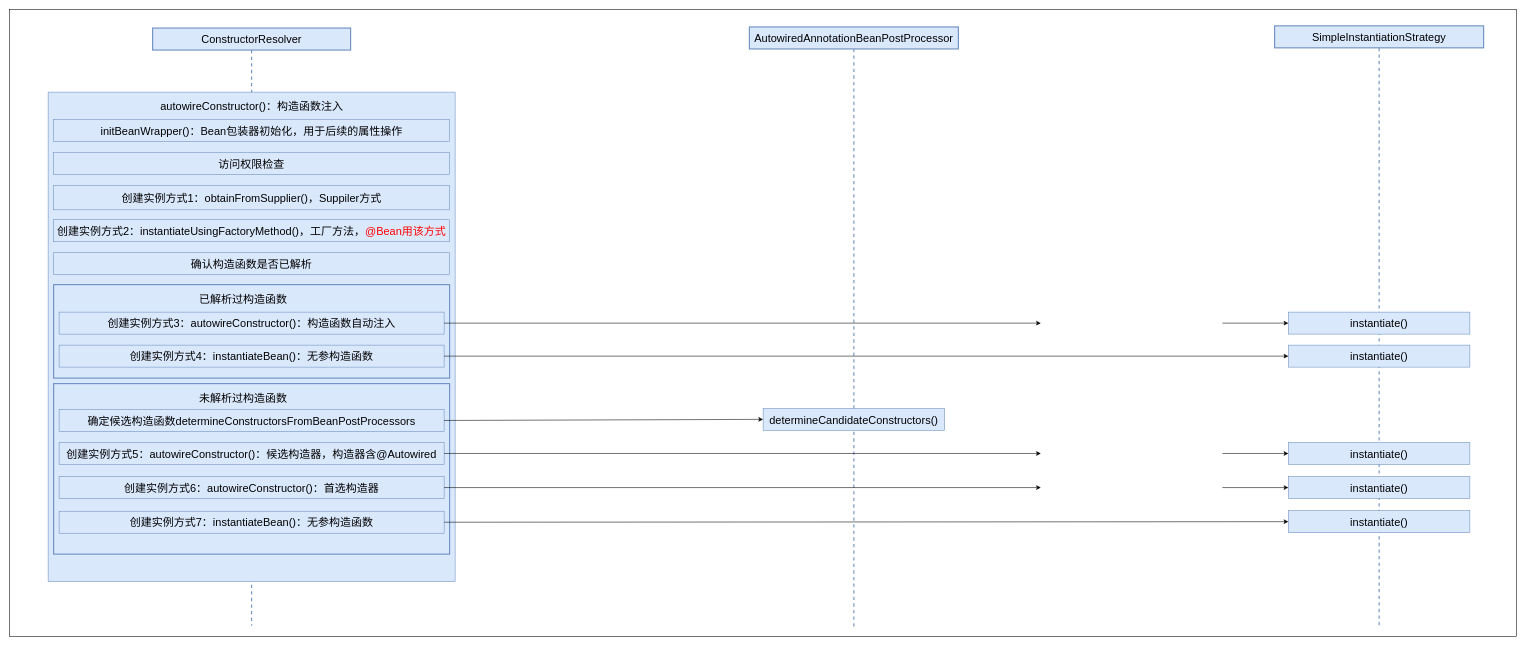
This is dubbo-learning-doc/drawio/5_1_1_Spring获取Bean_构造函数注入_ConstructorResolver_autowireConstructor.drawio from czwer/dubbo-learning, a draw.io file, before an edit. Source tidied: cells renumbered, new cells numbered last; positions are measured from the earlier drawing's top-left corner, leaving out a move shared by most shapes. Both pictures are drawn from the tidied source at 55%, with x=0, y=0 at pixel (9, 9).
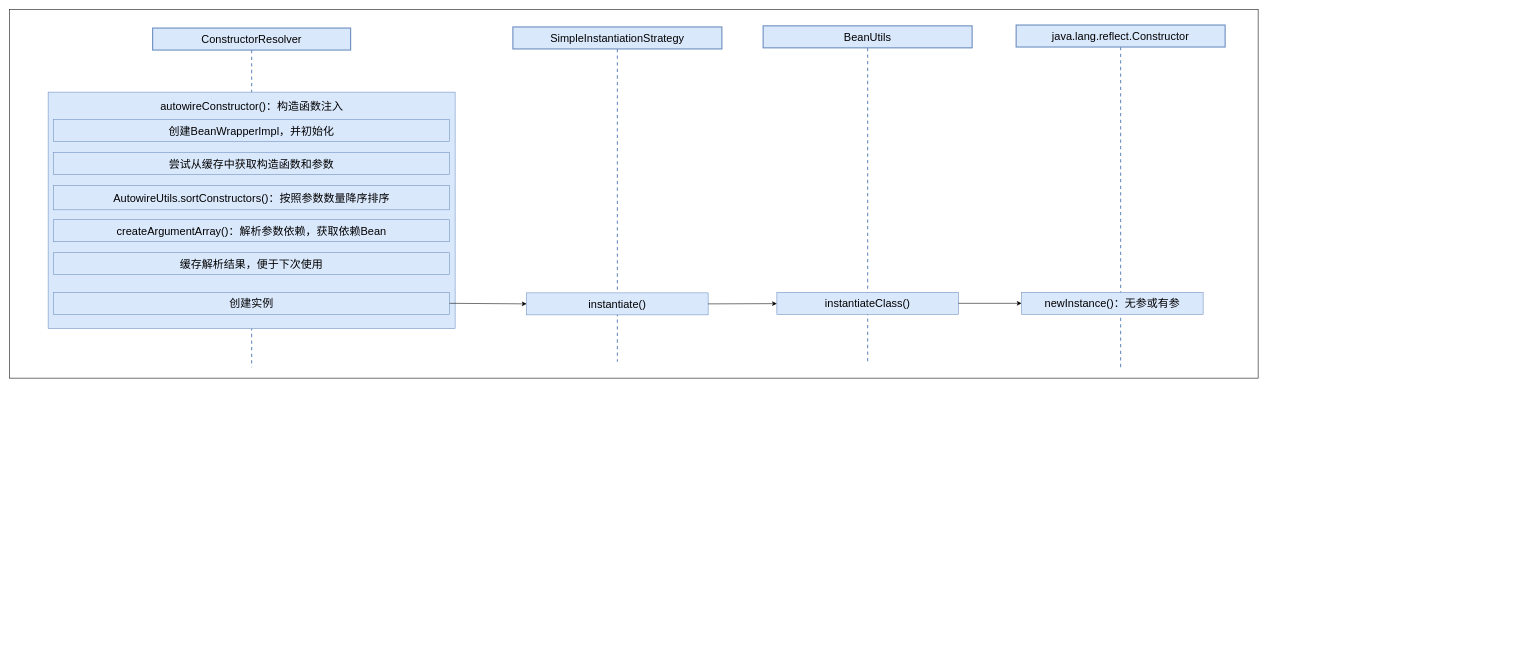
The same page after the edit.

Change to the diagram source:
```diff
@@
     <mxCell id="2" style="rounded=0;whiteSpace=wrap;html=1;" parent="1" vertex="1">
-      <mxGeometry width="2740" height="1140" as="geometry" />
+      <mxGeometry width="2270" height="670" as="geometry" />
     </mxCell>
     <mxCell id="3" value="ConstructorResolver" style="shape=umlLifeline;perimeter=lifelinePerimeter;whiteSpace=wrap;html=1;newEdgeStyle={&quot;curved&quot;:0,&quot;rounded&quot;:0};fontSize=20;fillColor=#dae8fc;strokeColor=#6c8ebf;strokeWidth=2;" parent="1" vertex="1">
-      <mxGeometry x="260" y="33.5" width="360" height="1086.5" as="geometry" />
+      <mxGeometry x="260" y="33.5" width="360" height="616.5" as="geometry" />
     </mxCell>
     <mxCell id="4" style="html=1;whiteSpace=wrap;fontSize=20;fillColor=#dae8fc;strokeColor=#6c8ebf;" parent="1" vertex="1">
-      <mxGeometry x="70" y="150" width="740" height="890" as="geometry" />
+      <mxGeometry x="70" y="150" width="740" height="430" as="geometry" />
     </mxCell>
@@
-    <mxCell id="6" value="&lt;span style=&quot;text-align: left;&quot;&gt;创建实例&lt;/span&gt;&lt;span style=&quot;text-align: left;&quot;&gt;方式1：obtainFromSupplier()，Suppiler方式&lt;/span&gt;" style="html=1;whiteSpace=wrap;fontSize=20;fillColor=#dae8fc;strokeColor=#6c8ebf;" parent="1" vertex="1">
+    <mxCell id="6" value="AutowireUtils.sortConstructors()：按照参数数量降序排序" style="html=1;whiteSpace=wrap;fontSize=20;fillColor=#dae8fc;strokeColor=#6c8ebf;" parent="1" vertex="1">
       <mxGeometry x="80" y="320" width="720" height="44" as="geometry" />
     </mxCell>
-    <mxCell id="7" style="html=1;whiteSpace=wrap;fontSize=20;fillColor=#dae8fc;strokeColor=#6c8ebf;strokeWidth=2;" parent="1" vertex="1">
-      <mxGeometry x="80" y="680" width="720" height="310" as="geometry" />
-    </mxCell>
-    <mxCell id="8" value="&lt;span&gt;未解析过构造函数&lt;/span&gt;" style="text;html=1;align=center;verticalAlign=middle;whiteSpace=wrap;rounded=0;fontColor=#000000;fontStyle=0;fontSize=20;" parent="1" vertex="1">
-      <mxGeometry x="270" y="690" width="310" height="30" as="geometry" />
-    </mxCell>
-    <mxCell id="9" value="initBeanWrapper()：Bean包装器初始化，用于后续的属性操作" style="html=1;whiteSpace=wrap;fontSize=20;fillColor=#dae8fc;strokeColor=#6c8ebf;strokeWidth=1;" parent="1" vertex="1">
+    <mxCell id="9" value="创建BeanWrapperImpl，并初始化" style="html=1;whiteSpace=wrap;fontSize=20;fillColor=#dae8fc;strokeColor=#6c8ebf;strokeWidth=1;" parent="1" vertex="1">
       <mxGeometry x="80" y="200" width="720" height="40" as="geometry" />
     </mxCell>
-    <mxCell id="10" value="AutowiredAnnotationBeanPostProcessor" style="shape=umlLifeline;perimeter=lifelinePerimeter;whiteSpace=wrap;html=1;newEdgeStyle={&quot;curved&quot;:0,&quot;rounded&quot;:0};fontSize=20;fillColor=#dae8fc;strokeColor=#6c8ebf;strokeWidth=2;" parent="1" vertex="1">
-      <mxGeometry x="1345" y="31.5" width="380" height="1090.5" as="geometry" />
-    </mxCell>
-    <mxCell id="11" value="访问权限检查" style="html=1;whiteSpace=wrap;fontSize=20;fillColor=#dae8fc;strokeColor=#6c8ebf;strokeWidth=1;" parent="1" vertex="1">
+    <mxCell id="11" value="尝试从缓存中获取构造函数和参数" style="html=1;whiteSpace=wrap;fontSize=20;fillColor=#dae8fc;strokeColor=#6c8ebf;strokeWidth=1;" parent="1" vertex="1">
       <mxGeometry x="80" y="260" width="720" height="40" as="geometry" />
     </mxCell>
-    <mxCell id="12" value="&lt;span style=&quot;text-align: left;&quot;&gt;创建实例&lt;/span&gt;&lt;span style=&quot;text-align: left;&quot;&gt;方式2：instantiateUsingFactoryMethod()，工厂方法，&lt;font style=&quot;color: rgb(255, 0, 0);&quot;&gt;@Bean用该方式&lt;/font&gt;&lt;/span&gt;" style="html=1;whiteSpace=wrap;fontSize=20;fillColor=#dae8fc;strokeColor=#6c8ebf;" parent="1" vertex="1">
+    <mxCell id="12" value="createArgumentArray()：解析参数依赖，获取依赖Bean" style="html=1;whiteSpace=wrap;fontSize=20;fillColor=#dae8fc;strokeColor=#6c8ebf;" parent="1" vertex="1">
       <mxGeometry x="80" y="382" width="720" height="40" as="geometry" />
     </mxCell>
-    <mxCell id="13" style="html=1;whiteSpace=wrap;fontSize=20;fillColor=#dae8fc;strokeColor=#6c8ebf;strokeWidth=2;" parent="1" vertex="1">
-      <mxGeometry x="80" y="500" width="720" height="170" as="geometry" />
-    </mxCell>
-    <mxCell id="14" value="确认构造函数是否已解析" style="html=1;whiteSpace=wrap;fontSize=20;fillColor=#dae8fc;strokeColor=#6c8ebf;strokeWidth=1;" parent="1" vertex="1">
+    <mxCell id="14" value="缓存解析结果，便于下次使用" style="html=1;whiteSpace=wrap;fontSize=20;fillColor=#dae8fc;strokeColor=#6c8ebf;strokeWidth=1;" parent="1" vertex="1">
       <mxGeometry x="80" y="442" width="720" height="40" as="geometry" />
     </mxCell>
-    <mxCell id="15" value="&lt;span&gt;已解析过构造函数&lt;/span&gt;" style="text;html=1;align=center;verticalAlign=middle;whiteSpace=wrap;rounded=0;fontColor=#000000;fontStyle=0;fontSize=20;" parent="1" vertex="1">
-      <mxGeometry x="270" y="510" width="310" height="30" as="geometry" />
-    </mxCell>
-    <mxCell id="16" value="&lt;span style=&quot;text-align: left;&quot;&gt;创建实例&lt;/span&gt;&lt;span style=&quot;text-align: left;&quot;&gt;方式3：autowireConstructor()：构造函数自动注入&lt;/span&gt;" style="html=1;whiteSpace=wrap;fontSize=20;fillColor=#dae8fc;strokeColor=#6c8ebf;" parent="1" vertex="1">
-      <mxGeometry x="90" y="550" width="700" height="40" as="geometry" />
-    </mxCell>
-    <mxCell id="17" value="&lt;span style=&quot;text-align: left;&quot;&gt;创建实例&lt;/span&gt;&lt;span style=&quot;text-align: left;&quot;&gt;方式4：instantiateBean()：无参构造函数&lt;/span&gt;" style="html=1;whiteSpace=wrap;fontSize=20;fillColor=#dae8fc;strokeColor=#6c8ebf;" parent="1" vertex="1">
-      <mxGeometry x="90" y="610" width="700" height="40" as="geometry" />
+    <mxCell id="17" value="创建实例" style="html=1;whiteSpace=wrap;fontSize=20;fillColor=#dae8fc;strokeColor=#6c8ebf;" parent="1" vertex="1">
+      <mxGeometry x="80" y="514" width="720" height="40" as="geometry" />
     </mxCell>
-    <mxCell id="18" value="&lt;div style=&quot;text-align: left;&quot;&gt;&lt;span style=&quot;background-color: transparent;&quot;&gt;确定候选构造函数determineConstructorsFromBeanPostProcessors&lt;/span&gt;&lt;/div&gt;" style="html=1;whiteSpace=wrap;fontSize=20;fillColor=#dae8fc;strokeColor=#6c8ebf;" parent="1" vertex="1">
-      <mxGeometry x="90" y="727" width="700" height="40" as="geometry" />
-    </mxCell>
-    <mxCell id="19" value="&lt;span style=&quot;text-align: left;&quot;&gt;创建实例&lt;/span&gt;&lt;span style=&quot;text-align: left;&quot;&gt;方式5：autowireConstructor()：&lt;/span&gt;&lt;span style=&quot;text-align: left;&quot;&gt;候选构造器，构造器含@Autowired&lt;/span&gt;" style="html=1;whiteSpace=wrap;fontSize=20;fillColor=#dae8fc;strokeColor=#6c8ebf;" parent="1" vertex="1">
-      <mxGeometry x="90" y="787" width="700" height="40" as="geometry" />
-    </mxCell>
-    <mxCell id="20" style="endArrow=classic;html=1;rounded=0;exitX=1;exitY=0.5;exitDx=0;exitDy=0;entryX=0;entryY=0.5;entryDx=0;entryDy=0;" parent="1" edge="1" source="18" target="31">
-      <mxGeometry relative="1" as="geometry" />
-    </mxCell>
-    <mxCell id="21" value="&lt;span style=&quot;text-align: left;&quot;&gt;创建实例&lt;/span&gt;&lt;span style=&quot;text-align: left;&quot;&gt;方式6：autowireConstructor()：首&lt;/span&gt;&lt;span style=&quot;text-align: left;&quot;&gt;选构造器&lt;/span&gt;" style="html=1;whiteSpace=wrap;fontSize=20;fillColor=#dae8fc;strokeColor=#6c8ebf;" parent="1" vertex="1">
-      <mxGeometry x="90" y="849" width="700" height="40" as="geometry" />
-    </mxCell>
-    <mxCell id="22" value="&lt;span style=&quot;text-align: left;&quot;&gt;创建实例&lt;/span&gt;&lt;span style=&quot;text-align: left;&quot;&gt;方式7：&lt;/span&gt;&lt;span style=&quot;text-align: left;&quot;&gt;instantiateBean()：无参构造函数&lt;/span&gt;" style="html=1;whiteSpace=wrap;fontSize=20;fillColor=#dae8fc;strokeColor=#6c8ebf;" parent="1" vertex="1">
-      <mxGeometry x="90" y="912" width="700" height="40" as="geometry" />
-    </mxCell>
     <mxCell id="23" value="SimpleInstantiationStrategy" style="shape=umlLifeline;perimeter=lifelinePerimeter;whiteSpace=wrap;html=1;newEdgeStyle={&quot;curved&quot;:0,&quot;rounded&quot;:0};fontSize=20;fillColor=#dae8fc;strokeColor=#6c8ebf;strokeWidth=2;" parent="1" vertex="1">
-      <mxGeometry x="2300" y="29.5" width="380" height="1090.5" as="geometry" />
+      <mxGeometry x="915" y="31.5" width="380" height="608.5" as="geometry" />
     </mxCell>
-    <mxCell id="24" value="instantiate()" style="html=1;whiteSpace=wrap;fontSize=20;fillColor=#dae8fc;strokeColor=#6c8ebf;strokeWidth=1;" parent="1" vertex="1">
-      <mxGeometry x="2325" y="911" width="330" height="40" as="geometry" />
-    </mxCell>
-    <mxCell id="25" style="endArrow=classic;html=1;rounded=0;exitX=1;exitY=0.5;exitDx=0;exitDy=0;entryX=0;entryY=0.5;entryDx=0;entryDy=0;" parent="1" edge="1" source="22" target="24">
-      <mxGeometry relative="1" as="geometry" />
-    </mxCell>
     <mxCell id="26" value="instantiate()" style="html=1;whiteSpace=wrap;fontSize=20;fillColor=#dae8fc;strokeColor=#6c8ebf;strokeWidth=1;" parent="1" vertex="1">
-      <mxGeometry x="2325" y="610" width="330" height="40" as="geometry" />
+      <mxGeometry x="940" y="515" width="330" height="40" as="geometry" />
     </mxCell>
@@
-    <mxCell id="28" style="endArrow=classic;html=1;rounded=0;exitX=1;exitY=0.5;exitDx=0;exitDy=0;entryX=0;entryY=0.5;entryDx=0;entryDy=0;" parent="1" edge="1" source="16">
-      <mxGeometry relative="1" as="geometry">
-        <mxPoint x="1875" y="570" as="targetPoint" />
-      </mxGeometry>
-    </mxCell>
-    <mxCell id="29" style="endArrow=classic;html=1;rounded=0;exitX=1;exitY=0.5;exitDx=0;exitDy=0;entryX=0;entryY=0.5;entryDx=0;entryDy=0;" parent="1" edge="1" source="21">
-      <mxGeometry relative="1" as="geometry">
-        <mxPoint x="1875" y="869" as="targetPoint" />
-      </mxGeometry>
-    </mxCell>
-    <mxCell id="30" style="endArrow=classic;html=1;rounded=0;exitX=1;exitY=0.5;exitDx=0;exitDy=0;entryX=0;entryY=0.5;entryDx=0;entryDy=0;" parent="1" edge="1" source="19">
-      <mxGeometry relative="1" as="geometry">
-        <mxPoint x="1875" y="807" as="targetPoint" />
-      </mxGeometry>
-    </mxCell>
-    <mxCell id="31" value="determineCandidateConstructors()" style="html=1;whiteSpace=wrap;fontSize=20;fillColor=#dae8fc;strokeColor=#6c8ebf;strokeWidth=1;" parent="1" vertex="1">
-      <mxGeometry x="1370" y="725" width="330" height="40" as="geometry" />
-    </mxCell>
-    <mxCell id="32" value="instantiate()" style="html=1;whiteSpace=wrap;fontSize=20;fillColor=#dae8fc;strokeColor=#6c8ebf;strokeWidth=1;" parent="1" vertex="1">
-      <mxGeometry x="2325" y="550" width="330" height="40" as="geometry" />
-    </mxCell>
-    <mxCell id="33" value="instantiate()" style="html=1;whiteSpace=wrap;fontSize=20;fillColor=#dae8fc;strokeColor=#6c8ebf;strokeWidth=1;" parent="1" vertex="1">
-      <mxGeometry x="2325" y="787" width="330" height="40" as="geometry" />
-    </mxCell>
-    <mxCell id="34" value="instantiate()" style="html=1;whiteSpace=wrap;fontSize=20;fillColor=#dae8fc;strokeColor=#6c8ebf;strokeWidth=1;" parent="1" vertex="1">
-      <mxGeometry x="2325" y="849" width="330" height="40" as="geometry" />
-    </mxCell>
-    <mxCell id="35" style="endArrow=classic;html=1;rounded=0;exitX=1;exitY=0.5;exitDx=0;exitDy=0;entryX=0;entryY=0.5;entryDx=0;entryDy=0;" parent="1" edge="1" target="32">
-      <mxGeometry relative="1" as="geometry">
-        <mxPoint x="2205" y="570" as="sourcePoint" />
-      </mxGeometry>
-    </mxCell>
-    <mxCell id="36" style="endArrow=classic;html=1;rounded=0;exitX=1;exitY=0.5;exitDx=0;exitDy=0;entryX=0;entryY=0.5;entryDx=0;entryDy=0;" parent="1" edge="1" target="33">
-      <mxGeometry relative="1" as="geometry">
-        <mxPoint x="2205" y="807" as="sourcePoint" />
-      </mxGeometry>
-    </mxCell>
-    <mxCell id="37" style="endArrow=classic;html=1;rounded=0;exitX=1;exitY=0.5;exitDx=0;exitDy=0;entryX=0;entryY=0.5;entryDx=0;entryDy=0;" parent="1" edge="1" target="34">
-      <mxGeometry relative="1" as="geometry">
-        <mxPoint x="2205" y="869" as="sourcePoint" />
-      </mxGeometry>
-    </mxCell>
+    <mxCell id="38" value="BeanUtils" style="shape=umlLifeline;perimeter=lifelinePerimeter;whiteSpace=wrap;html=1;newEdgeStyle={&quot;curved&quot;:0,&quot;rounded&quot;:0};fontSize=20;fillColor=#dae8fc;strokeColor=#6c8ebf;strokeWidth=2;" parent="1" vertex="1">
+      <mxGeometry x="1370" y="29.5" width="380" height="610.5" as="geometry" />
+    </mxCell>
+    <mxCell id="39" value="instantiateClass()" style="html=1;whiteSpace=wrap;fontSize=20;fillColor=#dae8fc;strokeColor=#6c8ebf;strokeWidth=1;" parent="1" vertex="1">
+      <mxGeometry x="1395" y="514" width="330" height="40" as="geometry" />
+    </mxCell>
+    <mxCell id="40" style="endArrow=classic;html=1;rounded=0;exitX=1;exitY=0.5;exitDx=0;exitDy=0;" parent="1" edge="1" source="26" target="39">
+      <mxGeometry relative="1" as="geometry" />
+    </mxCell>
+    <mxCell id="41" value="java.lang.reflect.Constructor" style="shape=umlLifeline;perimeter=lifelinePerimeter;whiteSpace=wrap;html=1;newEdgeStyle={&quot;curved&quot;:0,&quot;rounded&quot;:0};fontSize=20;fillColor=#dae8fc;strokeColor=#6c8ebf;strokeWidth=2;" parent="1" vertex="1">
+      <mxGeometry x="1830" y="28" width="380" height="622" as="geometry" />
+    </mxCell>
+    <mxCell id="42" value="newInstance()：无参或有参" style="html=1;whiteSpace=wrap;fontSize=20;fillColor=#dae8fc;strokeColor=#6c8ebf;strokeWidth=1;" parent="1" vertex="1">
+      <mxGeometry x="1840" y="514" width="330" height="40" as="geometry" />
+    </mxCell>
+    <mxCell id="43" style="endArrow=classic;html=1;rounded=0;exitX=1;exitY=0.5;exitDx=0;exitDy=0;entryX=0;entryY=0.5;entryDx=0;entryDy=0;" parent="1" edge="1" source="39" target="42">
+      <mxGeometry relative="1" as="geometry" />
+    </mxCell>
```
